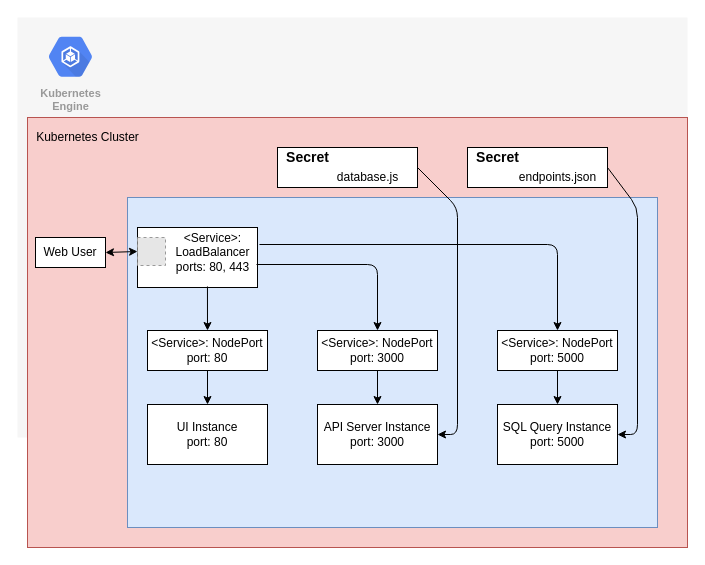
Before: docs/images/src/k8s.drawio in visulate/visulate-for-oracle, a draw.io diagram. Source tidied: cells renumbered, new cells numbered last; positions are measured from the earlier drawing's top-left corner, leaving out a move shared by most shapes. Both pictures are drawn from the tidied source at 100%, with x=0, y=0 at pixel (17, 17). Pictures stored in the file or linked from it are replaced by grey dashed boxes.
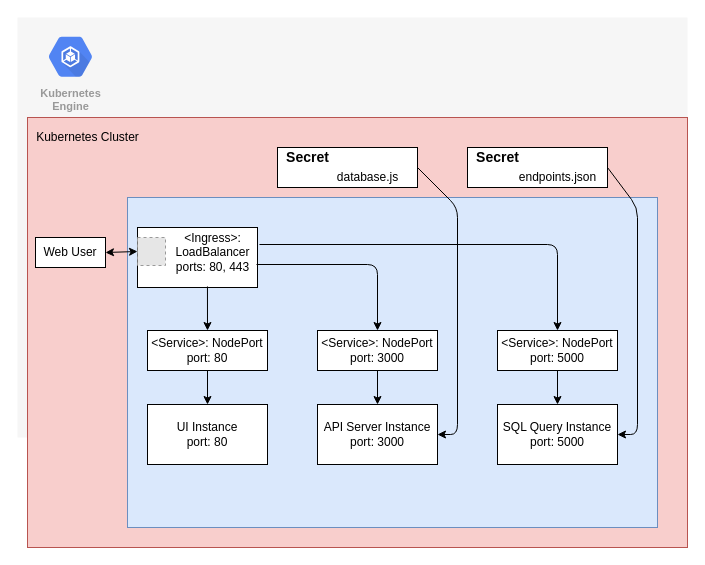
The same diagram, later.

Change to the diagram source:
```diff
@@
-    <mxCell id="9" value="&amp;lt;Service&amp;gt;: &lt;br&gt;LoadBalancer&lt;br&gt;ports: 80, 443" style="text;html=1;align=center;verticalAlign=middle;points=[];fillColor=none;strokeColor=none;rounded=0;" parent="1" vertex="1">
+    <mxCell id="9" value="&amp;lt;Ingress&amp;gt;: &lt;br&gt;LoadBalancer&lt;br&gt;ports: 80, 443" style="text;html=1;align=center;verticalAlign=middle;points=[];fillColor=none;strokeColor=none;rounded=0;" parent="1" vertex="1">
       <mxGeometry x="150" y="210" width="90" height="50" as="geometry" />
     </mxCell>
```
